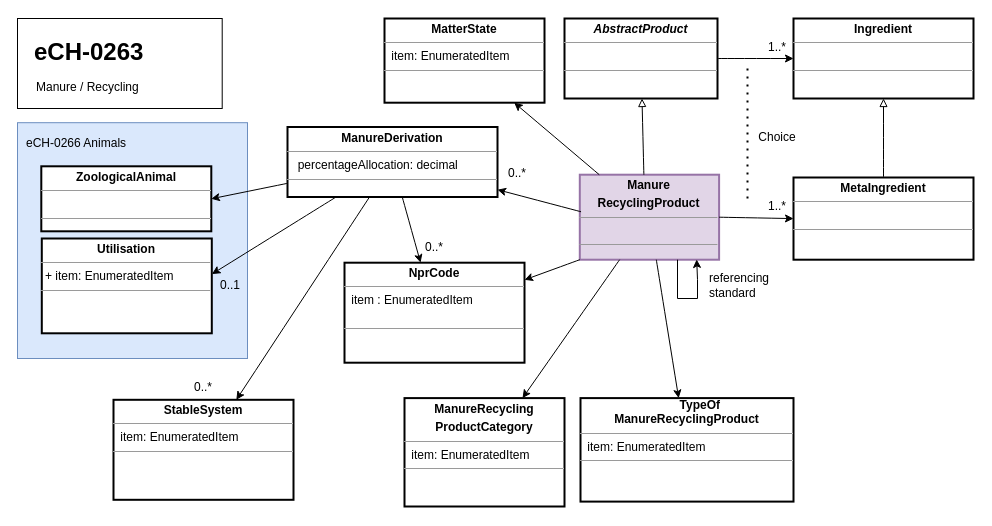
This is src/eCH-0263__1_0__betriebsmittel_manure_recycling.drawio from blw-ofag-ufag/eCH-0263, a draw.io file, before an edit. Source tidied: cells renumbered, new cells numbered last; positions are measured from the earlier drawing's top-left corner, leaving out a move shared by most shapes. Both pictures are drawn from the tidied source at 100%, with x=0, y=0 at pixel (17, 18).
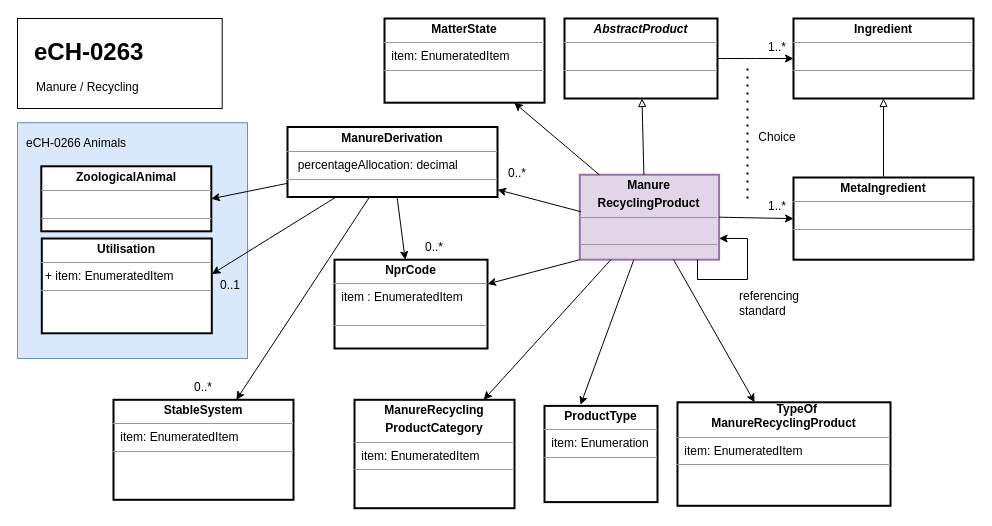
The same diagram, later.

The change refers to these unchanged cells:
```xml
<mxCell id="2" value="&lt;p style=&quot;margin:0px;margin-top:4px;text-align:center;&quot;&gt;&lt;b&gt;Manure&lt;/b&gt;&lt;/p&gt;&lt;p style=&quot;margin:0px;margin-top:4px;text-align:center;&quot;&gt;&lt;b&gt;RecyclingProduct&lt;/b&gt;&lt;/p&gt;&lt;hr size=&quot;1&quot;&gt;&lt;p style=&quot;margin:0px;margin-left:4px;&quot;&gt;&amp;nbsp;&lt;br&gt;&lt;/p&gt;&lt;hr size=&quot;1&quot;&gt;&lt;p style=&quot;margin:0px;margin-left:4px;&quot;&gt;&lt;br&gt;&lt;/p&gt;" style="verticalAlign=top;align=left;overflow=fill;fontSize=12;fontFamily=Helvetica;html=1;sketch=0;strokeWidth=2;fillColor=#e1d5e7;strokeColor=#9673a6;" parent="1" vertex="1">
  <mxGeometry x="562.3" y="156.2" width="139.3" height="85" as="geometry" />
</mxCell>
```

Diff of the diagram source:
```diff
@@
     <mxCell id="4" value="&lt;div style=&quot;text-align: center;&quot;&gt;&lt;span style=&quot;background-color: initial; border-color: var(--border-color);&quot;&gt;&lt;span style=&quot;font-style: italic; white-space: pre;&quot;&gt; &lt;/span&gt;&lt;i&gt;&amp;nbsp; &amp;nbsp; &amp;nbsp; &amp;nbsp;&lt;/i&gt;&lt;b style=&quot;&quot;&gt;TypeOf&lt;/b&gt;&lt;/span&gt;&lt;/div&gt;&lt;span style=&quot;border-color: var(--border-color);&quot;&gt;&lt;div style=&quot;text-align: center;&quot;&gt;&lt;span style=&quot;background-color: initial; border-color: var(--border-color);&quot;&gt;&lt;span style=&quot;background-color: initial;&quot;&gt;&lt;b style=&quot;&quot;&gt;ManureRecyclingProduct&lt;/b&gt;&lt;/span&gt;&lt;/span&gt;&lt;/div&gt;&lt;/span&gt;&lt;hr size=&quot;1&quot;&gt;&lt;p style=&quot;margin:0px;margin-left:4px;&quot;&gt;&amp;nbsp;item: EnumeratedItem&lt;br&gt;&lt;/p&gt;&lt;hr size=&quot;1&quot;&gt;&lt;p style=&quot;margin:0px;margin-left:4px;&quot;&gt;&lt;br&gt;&lt;/p&gt;" style="verticalAlign=top;align=left;overflow=fill;fontSize=12;fontFamily=Helvetica;html=1;sketch=0;strokeWidth=2;" parent="1" vertex="1">
-      <mxGeometry x="563" y="379.6" width="213" height="103.5" as="geometry" />
+      <mxGeometry x="660" y="383.8" width="213" height="103.5" as="geometry" />
     </mxCell>
@@
     <mxCell id="15" value="&lt;p style=&quot;margin:0px;margin-top:4px;text-align:center;&quot;&gt;&lt;b&gt;ManureRecycling&lt;/b&gt;&lt;/p&gt;&lt;p style=&quot;margin:0px;margin-top:4px;text-align:center;&quot;&gt;&lt;b style=&quot;background-color: initial;&quot;&gt;ProductCategory&lt;/b&gt;&lt;/p&gt;&lt;hr size=&quot;1&quot;&gt;&lt;p style=&quot;margin:0px;margin-left:4px;&quot;&gt;&amp;nbsp;item: EnumeratedItem&lt;br&gt;&lt;/p&gt;&lt;hr size=&quot;1&quot;&gt;&lt;p style=&quot;margin:0px;margin-left:4px;&quot;&gt;&lt;br&gt;&lt;/p&gt;" style="verticalAlign=top;align=left;overflow=fill;fontSize=12;fontFamily=Helvetica;html=1;sketch=0;strokeWidth=2;" parent="1" vertex="1">
-      <mxGeometry x="387" y="379.6" width="160" height="108.4" as="geometry" />
+      <mxGeometry x="337" y="381.3" width="160" height="108.4" as="geometry" />
     </mxCell>
@@
     <mxCell id="17" value="&lt;p style=&quot;margin:0px;margin-top:4px;text-align:center;&quot;&gt;&lt;b&gt;NprCode&lt;/b&gt;&lt;/p&gt;&lt;hr size=&quot;1&quot;&gt;&lt;p style=&quot;margin:0px;margin-left:4px;&quot;&gt;&amp;nbsp;item : EnumeratedItem&lt;br&gt;&lt;/p&gt;&lt;p style=&quot;margin:0px;margin-left:4px;&quot;&gt;&amp;nbsp;&lt;/p&gt;&lt;hr size=&quot;1&quot;&gt;&lt;p style=&quot;margin:0px;margin-left:4px;&quot;&gt;&lt;br&gt;&lt;/p&gt;" style="verticalAlign=top;align=left;overflow=fill;fontSize=12;fontFamily=Helvetica;html=1;sketch=0;strokeWidth=2;" parent="1" vertex="1">
-      <mxGeometry x="327" y="244.2" width="180" height="100" as="geometry" />
+      <mxGeometry x="317" y="241.2" width="153" height="88.8" as="geometry" />
     </mxCell>
@@
-    <mxCell id="40" style="edgeStyle=orthogonalEdgeStyle;rounded=0;orthogonalLoop=1;jettySize=auto;html=1;entryX=0.839;entryY=0.997;entryDx=0;entryDy=0;entryPerimeter=0;" parent="1" edge="1" source="2" target="2">
+    <mxCell id="40" style="edgeStyle=orthogonalEdgeStyle;rounded=0;orthogonalLoop=1;jettySize=auto;html=1;entryX=1;entryY=0.75;entryDx=0;entryDy=0;" parent="1" edge="1" source="2" target="2">
       <mxGeometry relative="1" as="geometry">
         <Array as="points">
-          <mxPoint x="660" y="280" />
-          <mxPoint x="680" y="280" />
           <mxPoint x="680" y="261" />
-          <mxPoint x="679" y="261" />
+          <mxPoint x="730" y="261" />
+          <mxPoint x="730" y="220" />
         </Array>
       </mxGeometry>
     </mxCell>
     <mxCell id="41" value="referencing&lt;br&gt;standard" style="text;html=1;strokeColor=none;fillColor=none;align=left;verticalAlign=middle;whiteSpace=wrap;rounded=0;" parent="1" vertex="1">
-      <mxGeometry x="690" y="252.4" width="60" height="30" as="geometry" />
+      <mxGeometry x="720" y="270" width="60" height="30" as="geometry" />
     </mxCell>
+    <mxCell id="42" value="&lt;p style=&quot;margin:0px;margin-top:4px;text-align:center;&quot;&gt;&lt;b&gt;ProductType&lt;/b&gt;&lt;/p&gt;&lt;hr size=&quot;1&quot;&gt;&lt;p style=&quot;margin:0px;margin-left:4px;&quot;&gt;&amp;nbsp;item: Enumeration&lt;br&gt;&lt;/p&gt;&lt;hr size=&quot;1&quot;&gt;&lt;p style=&quot;margin:0px;margin-left:4px;&quot;&gt;&lt;br&gt;&lt;/p&gt;" style="verticalAlign=top;align=left;overflow=fill;fontSize=12;fontFamily=Helvetica;html=1;sketch=0;strokeWidth=2;" parent="1" vertex="1">
+      <mxGeometry x="527" y="387.4" width="113" height="96.2" as="geometry" />
+    </mxCell>
+    <mxCell id="43" style="endArrow=classic;html=1;sketch=0;fontFamily=Helvetica;curved=1;entryX=0.319;entryY=-0.011;entryDx=0;entryDy=0;entryPerimeter=0;" parent="1" edge="1" source="2" target="42">
+      <mxGeometry relative="1" as="geometry" />
+    </mxCell>
```
